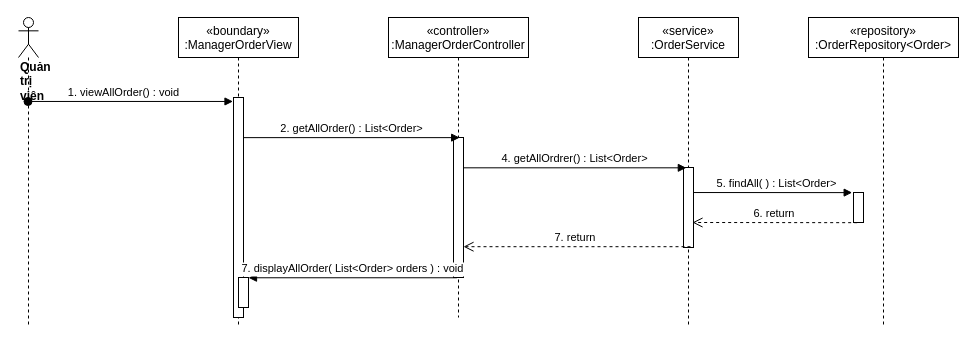
Earlier version of the draw.io diagram sequence diagram/view-Order-manager-sequence.drawio (nguyenphamvan/datn_20202). Source tidied: cells renumbered, new cells numbered last; positions are measured from the earlier drawing's top-left corner, leaving out a move shared by most shapes. Both pictures are drawn from the tidied source at 100%, with x=0, y=0 at pixel (18, 17).
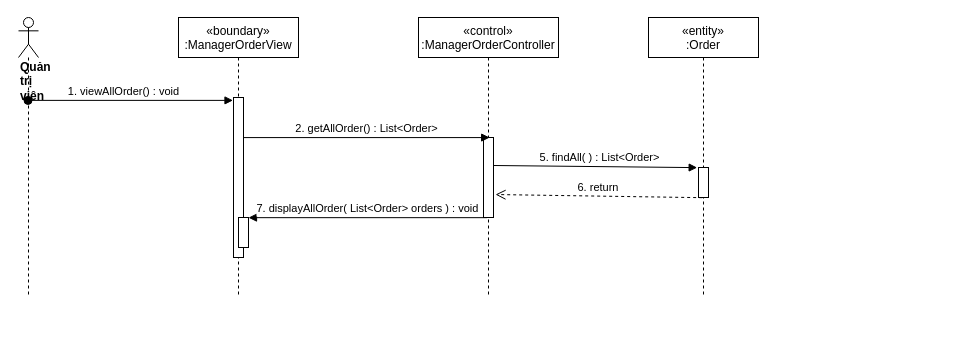
The same page after the edit.

What changed in the source:
```diff
@@
 <mxGraphModel>
   <root>
     <mxCell id="0" />
     <mxCell id="1" parent="0" />
     <mxCell id="2" value="«boundary»&#10;:ManagerOrderView" style="shape=umlLifeline;perimeter=lifelinePerimeter;rounded=0;shadow=0;strokeWidth=1;" parent="1" vertex="1">
-      <mxGeometry x="160" width="120" height="310" as="geometry" />
+      <mxGeometry x="160" width="120" height="280" as="geometry" />
     </mxCell>
     <mxCell id="3" style="points=[];perimeter=orthogonalPerimeter;rounded=0;shadow=0;strokeWidth=1;" parent="2" vertex="1">
-      <mxGeometry x="55" y="80" width="10" height="220" as="geometry" />
+      <mxGeometry x="55" y="80" width="10" height="160" as="geometry" />
     </mxCell>
     <mxCell id="4" style="html=1;points=[];perimeter=orthogonalPerimeter;" parent="2" vertex="1">
-      <mxGeometry x="60" y="260" width="10" height="30" as="geometry" />
+      <mxGeometry x="60" y="200" width="10" height="30" as="geometry" />
     </mxCell>
-    <mxCell id="5" value="«controller»&#10;:ManagerOrderController" style="shape=umlLifeline;perimeter=lifelinePerimeter;rounded=0;shadow=0;strokeWidth=1;" parent="1" vertex="1">
-      <mxGeometry x="370" width="140" height="300" as="geometry" />
+    <mxCell id="5" value="«control»&#10;:ManagerOrderController" style="shape=umlLifeline;perimeter=lifelinePerimeter;rounded=0;shadow=0;strokeWidth=1;" parent="1" vertex="1">
+      <mxGeometry x="400" width="140" height="280" as="geometry" />
     </mxCell>
     <mxCell id="6" style="points=[];perimeter=orthogonalPerimeter;rounded=0;shadow=0;strokeWidth=1;" parent="5" vertex="1">
-      <mxGeometry x="65" y="120" width="10" height="140" as="geometry" />
+      <mxGeometry x="65" y="120" width="10" height="80" as="geometry" />
     </mxCell>
     <mxCell id="7" value="&lt;div&gt;&lt;b&gt;Quản trị viên&lt;/b&gt;&lt;/div&gt;" style="shape=umlLifeline;participant=umlActor;perimeter=lifelinePerimeter;whiteSpace=wrap;html=1;verticalAlign=top;spacingTop=36;outlineConnect=0;align=left;" parent="1" vertex="1">
-      <mxGeometry width="20" height="310" as="geometry" />
+      <mxGeometry width="20" height="280" as="geometry" />
     </mxCell>
     <mxCell id="8" value="1. viewAllOrder() : void" style="verticalAlign=bottom;startArrow=oval;endArrow=block;startSize=8;shadow=0;strokeWidth=1;entryX=-0.05;entryY=0.018;entryDx=0;entryDy=0;entryPerimeter=0;" parent="1" edge="1" source="7" target="3">
       <mxGeometry x="-0.06" relative="1" as="geometry" />
     </mxCell>
-    <mxCell id="9" value="«service»&#10;:OrderService" style="shape=umlLifeline;perimeter=lifelinePerimeter;rounded=0;shadow=0;strokeWidth=1;" parent="1" vertex="1">
-      <mxGeometry x="620" width="100" height="310" as="geometry" />
-    </mxCell>
-    <mxCell id="10" style="points=[];perimeter=orthogonalPerimeter;rounded=0;shadow=0;strokeWidth=1;" parent="9" vertex="1">
-      <mxGeometry x="45" y="150" width="10" height="80" as="geometry" />
-    </mxCell>
     <mxCell id="11" value="2. getAllOrder() : List&amp;lt;Order&amp;gt;" style="html=1;verticalAlign=bottom;endArrow=block;entryX=0.617;entryY=0.001;entryDx=0;entryDy=0;entryPerimeter=0;" parent="1" edge="1" source="3" target="6">
       <mxGeometry relative="1" as="geometry" />
     </mxCell>
-    <mxCell id="12" value="4. getAllOrdrer() : List&amp;lt;Order&amp;gt;" style="html=1;verticalAlign=bottom;endArrow=block;entryX=0.283;entryY=0.004;entryDx=0;entryDy=0;entryPerimeter=0;" parent="1" edge="1" source="6" target="10">
-      <mxGeometry relative="1" as="geometry" />
-    </mxCell>
-    <mxCell id="13" value="«repository»&#10;:OrderRepository&lt;Order&gt;" style="shape=umlLifeline;perimeter=lifelinePerimeter;rounded=0;shadow=0;strokeWidth=1;" parent="1" vertex="1">
-      <mxGeometry x="790" width="150" height="310" as="geometry" />
+    <mxCell id="13" value="«entity»&#10;:Order" style="shape=umlLifeline;perimeter=lifelinePerimeter;rounded=0;shadow=0;strokeWidth=1;" parent="1" vertex="1">
+      <mxGeometry x="630" width="110" height="280" as="geometry" />
     </mxCell>
     <mxCell id="14" style="points=[];perimeter=orthogonalPerimeter;rounded=0;shadow=0;strokeWidth=1;" parent="13" vertex="1">
-      <mxGeometry x="45" y="175" width="10" height="30" as="geometry" />
+      <mxGeometry x="50" y="150" width="10" height="30" as="geometry" />
     </mxCell>
-    <mxCell id="15" value="5. findAll( ) : List&amp;lt;Order&amp;gt;" style="html=1;verticalAlign=bottom;endArrow=block;entryX=-0.133;entryY=0.004;entryDx=0;entryDy=0;entryPerimeter=0;exitX=1;exitY=0.313;exitDx=0;exitDy=0;exitPerimeter=0;" parent="1" edge="1" source="10" target="14">
+    <mxCell id="15" value="5. findAll( ) : List&amp;lt;Order&amp;gt;" style="html=1;verticalAlign=bottom;endArrow=block;entryX=-0.133;entryY=0.004;entryDx=0;entryDy=0;entryPerimeter=0;exitX=1;exitY=0.35;exitDx=0;exitDy=0;exitPerimeter=0;" parent="1" edge="1" source="6" target="14">
       <mxGeometry x="0.04" relative="1" as="geometry" />
     </mxCell>
-    <mxCell id="16" value="6. return&amp;nbsp;" style="html=1;verticalAlign=bottom;endArrow=open;dashed=1;endSize=8;exitX=0.367;exitY=1.006;exitDx=0;exitDy=0;exitPerimeter=0;" parent="1" edge="1" source="14">
-      <mxGeometry relative="1" as="geometry">
-        <mxPoint x="674" y="205" as="targetPoint" />
-      </mxGeometry>
+    <mxCell id="16" value="6. return&amp;nbsp;" style="html=1;verticalAlign=bottom;endArrow=open;dashed=1;endSize=8;exitX=0.367;exitY=1.006;exitDx=0;exitDy=0;exitPerimeter=0;entryX=1.2;entryY=0.713;entryDx=0;entryDy=0;entryPerimeter=0;" parent="1" edge="1" source="14" target="6">
+      <mxGeometry relative="1" as="geometry" />
     </mxCell>
-    <mxCell id="17" value="7. return&amp;nbsp;" style="html=1;verticalAlign=bottom;endArrow=open;dashed=1;endSize=8;exitX=0.7;exitY=0.99;exitDx=0;exitDy=0;exitPerimeter=0;" parent="1" edge="1" source="10" target="6">
-      <mxGeometry relative="1" as="geometry" />
-    </mxCell>
     <mxCell id="18" value="7. displayAllOrder( List&lt;Order&gt; orders ) : void" style="verticalAlign=bottom;endArrow=block;shadow=0;strokeWidth=1;exitX=0.34;exitY=1.002;exitDx=0;exitDy=0;exitPerimeter=0;" parent="1" edge="1" source="6" target="4">
       <mxGeometry relative="1" as="geometry" />
     </mxCell>
   </root>
 </mxGraphModel>
```
